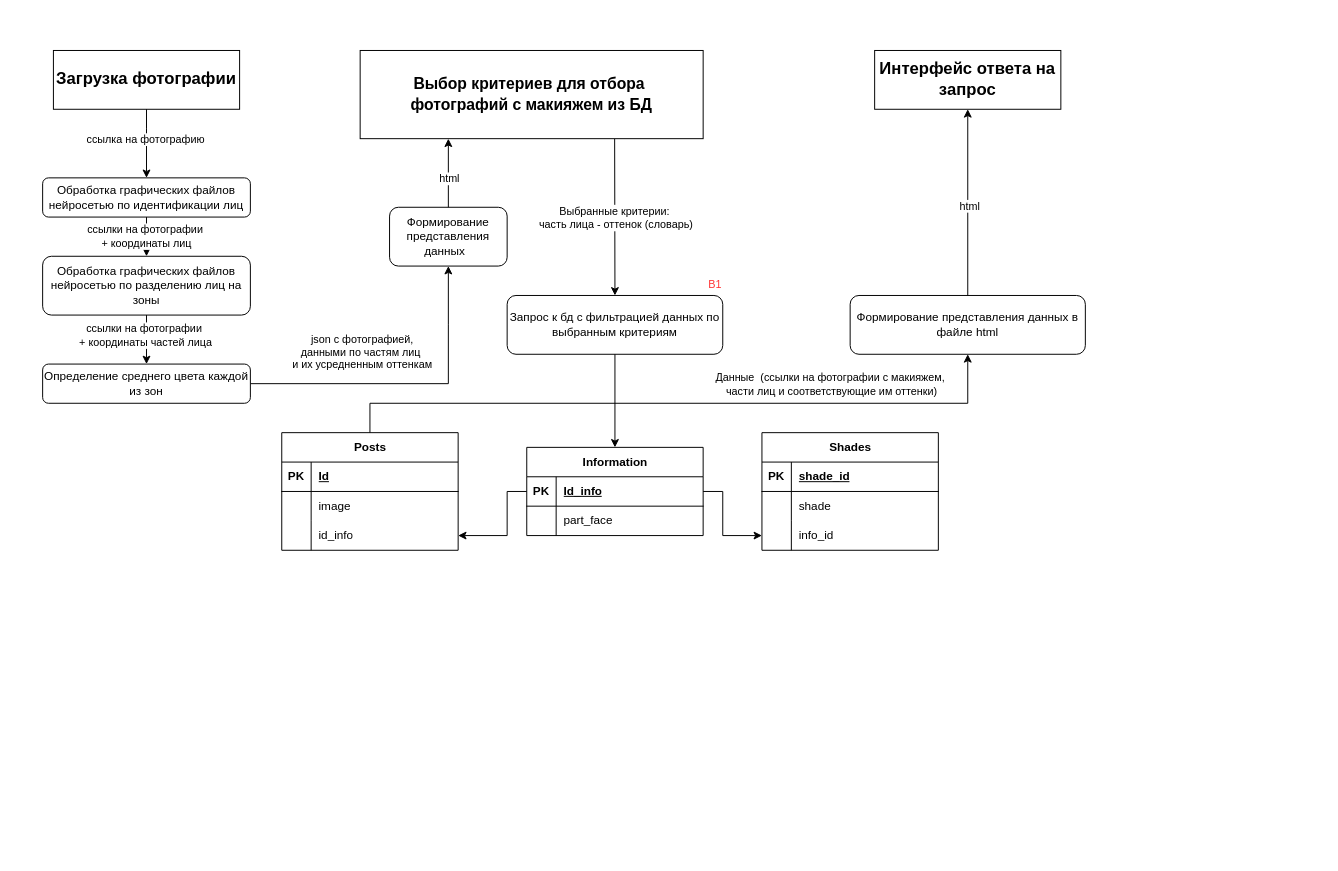
DashaTkach/Project keeps this draw.io diagram as page "DFD" (6 of 6) of documentation/Диаграмма без названия.drawio. Above is the earlier version. Source tidied: cells renumbered, new cells numbered last; positions are measured from the earlier drawing's top-left corner, leaving out a move shared by most shapes. Both pictures are drawn from the tidied source at 98%, with x=0, y=0 at pixel (42, 50).
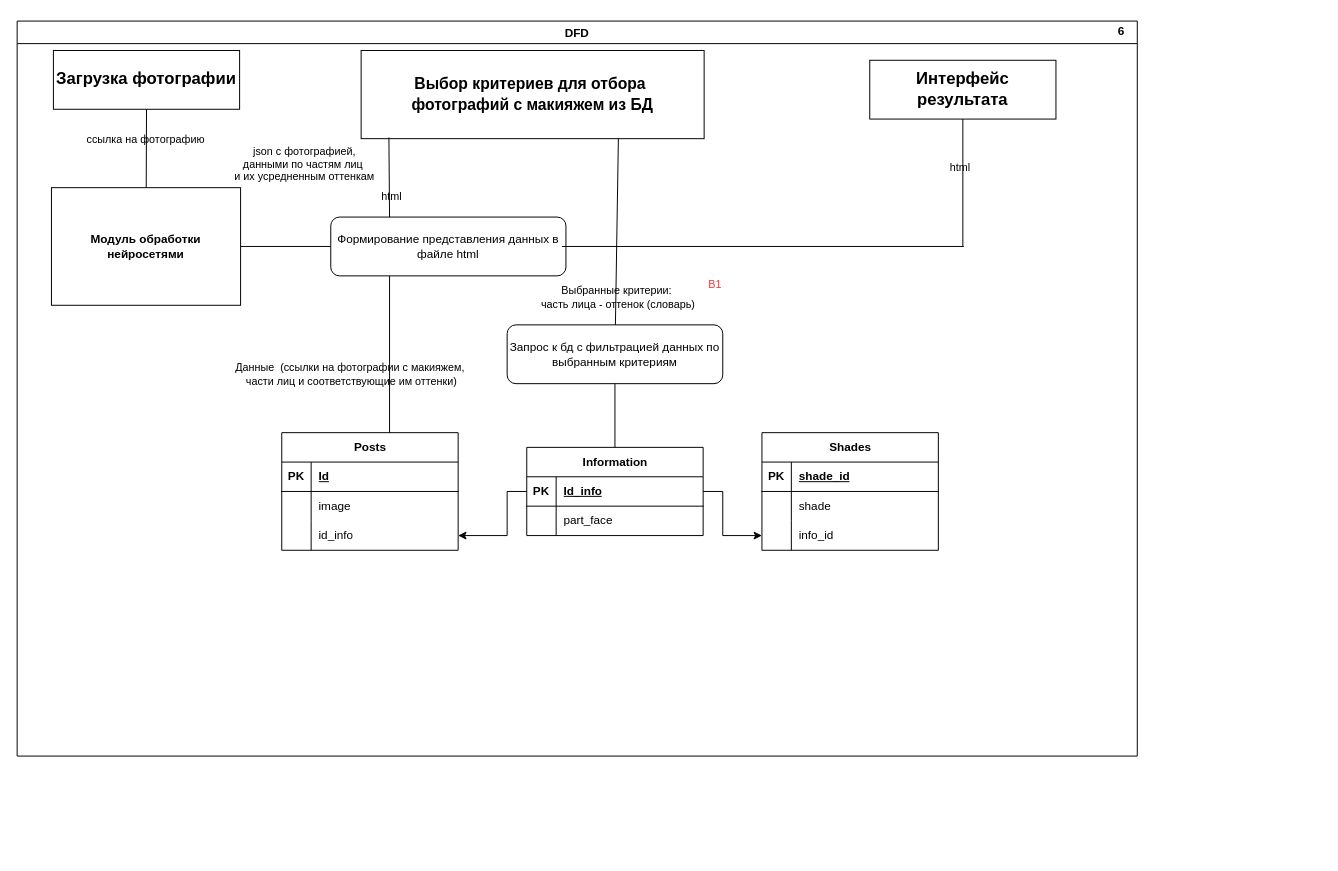
Above is the later version.

The change refers to these unchanged cells:
```xml
<mxCell id="2" value="Загрузка фотографии" style="rounded=0;whiteSpace=wrap;html=1;fontSize=17;fontStyle=1;" parent="1" vertex="1">
  <mxGeometry x="11" width="190" height="60" as="geometry" />
</mxCell>
<mxCell id="4" value="Posts" style="shape=table;startSize=30;childLayout=tableLayout;rowLines=0;fontStyle=1;align=center;html=1;" parent="1" vertex="1">
  <mxGeometry x="244" y="390" width="180" height="120" as="geometry" />
</mxCell>
<mxCell id="14" value="Information" style="shape=table;startSize=30;childLayout=tableLayout;rowLines=0;fontStyle=1;align=center;html=1;" parent="1" vertex="1">
  <mxGeometry x="494" y="405" width="180" height="90" as="geometry" />
</mxCell>
```

Change to the diagram source:
```diff
@@
     <mxCell id="3" value="&lt;font style=&quot;font-size: 16px;&quot;&gt;Выбор критериев для отбора&amp;nbsp;&lt;/font&gt;&lt;div&gt;&lt;font style=&quot;font-size: 16px;&quot;&gt;фотографий&amp;nbsp;&lt;/font&gt;&lt;span style=&quot;font-size: 16px; background-color: initial;&quot;&gt;с макияжем из БД&lt;/span&gt;&lt;/div&gt;" style="rounded=0;whiteSpace=wrap;html=1;fontSize=17;fontStyle=1;" parent="1" vertex="1">
-      <mxGeometry x="324" width="350" height="90" as="geometry" />
+      <mxGeometry x="325" width="350" height="90" as="geometry" />
     </mxCell>
@@
-    <mxCell id="31" style="endArrow=classic;html=1;rounded=0;exitX=0.5;exitY=1;exitDx=0;exitDy=0;entryX=0.5;entryY=0;entryDx=0;entryDy=0;" parent="1" edge="1" source="2" target="32">
-      <mxGeometry relative="1" as="geometry">
-        <Array as="points">
-          <mxPoint x="106" y="80" />
-        </Array>
-      </mxGeometry>
-    </mxCell>
-    <mxCell id="32" value="Обработка графических файлов нейросетью по идентификации лиц" style="rounded=1;whiteSpace=wrap;html=1;" parent="1" vertex="1">
-      <mxGeometry y="130" width="212" height="40" as="geometry" />
-    </mxCell>
@@
-    <mxCell id="34" style="endArrow=classic;html=1;rounded=0;exitX=1;exitY=0.5;exitDx=0;exitDy=0;entryX=0.5;entryY=1;entryDx=0;entryDy=0;" parent="1" edge="1" source="49" target="54">
-      <mxGeometry relative="1" as="geometry">
-        <Array as="points">
-          <mxPoint x="414" y="340" />
-          <mxPoint x="414" y="280" />
-        </Array>
-      </mxGeometry>
-    </mxCell>
-    <mxCell id="35" style="endArrow=classic;html=1;rounded=0;exitX=0.742;exitY=1.003;exitDx=0;exitDy=0;entryX=0.5;entryY=0;entryDx=0;entryDy=0;exitPerimeter=0;" parent="1" edge="1" source="3" target="36">
-      <mxGeometry relative="1" as="geometry" />
-    </mxCell>
-    <mxCell id="36" value="&lt;font style=&quot;font-size: 12px;&quot;&gt;Запрос к бд с фильтрацией данных по выбранным критериям&lt;/font&gt;" style="rounded=1;whiteSpace=wrap;html=1;" parent="1" vertex="1">
-      <mxGeometry x="474" y="250" width="220" height="60" as="geometry" />
-    </mxCell>
-    <mxCell id="37" style="endArrow=classic;html=1;rounded=0;exitX=0.5;exitY=1;exitDx=0;exitDy=0;entryX=0.5;entryY=0;entryDx=0;entryDy=0;" parent="1" edge="1" source="36" target="14">
-      <mxGeometry relative="1" as="geometry" />
-    </mxCell>
-    <mxCell id="38" value="json с фотографией,&lt;div&gt;данными по частям лиц&amp;nbsp;&lt;/div&gt;&lt;div&gt;и их усредненным оттенкам&lt;/div&gt;" style="edgeLabel;html=1;align=center;verticalAlign=middle;" parent="1" vertex="1">
-      <mxGeometry x="334" y="300" as="geometry">
-        <mxPoint x="-9" y="7" as="offset" />
-      </mxGeometry>
-    </mxCell>
@@
+    <mxCell id="57" value="&lt;font color=&quot;#ff3333&quot;&gt;В1&lt;/font&gt;" style="edgeLabel;html=1;align=center;verticalAlign=middle;" parent="1" vertex="1">
+      <mxGeometry x="1044" y="820" as="geometry">
+        <mxPoint x="-359" y="-582" as="offset" />
+      </mxGeometry>
+    </mxCell>
+    <mxCell id="58" value="DFD" style="swimlane;" parent="1" vertex="1">
+      <mxGeometry x="-26" y="-30" width="1143" height="750" as="geometry" />
+    </mxCell>
+    <mxCell id="59" value="&lt;b&gt;6&lt;/b&gt;" style="text;html=1;align=center;verticalAlign=middle;whiteSpace=wrap;rounded=0;" parent="58" vertex="1">
+      <mxGeometry x="1097" y="-4" width="60" height="30" as="geometry" />
+    </mxCell>
+    <mxCell id="60" value="&lt;b&gt;Модуль обработки нейросетями&lt;/b&gt;" style="rounded=0;whiteSpace=wrap;html=1;" parent="58" vertex="1">
+      <mxGeometry x="35" y="170" width="193" height="120" as="geometry" />
+    </mxCell>
+    <mxCell id="38" value="json с фотографией,&lt;div&gt;данными по частям лиц&amp;nbsp;&lt;/div&gt;&lt;div&gt;и их усредненным оттенкам&lt;/div&gt;" style="edgeLabel;html=1;align=center;verticalAlign=middle;" parent="58" vertex="1">
+      <mxGeometry x="300" y="180" as="geometry">
+        <mxPoint x="-8" y="-35" as="offset" />
+      </mxGeometry>
+    </mxCell>
+    <mxCell id="45" value="&lt;font style=&quot;font-size: 12px;&quot;&gt;Формирование представления данных в файле html&lt;/font&gt;" style="rounded=1;whiteSpace=wrap;html=1;" parent="58" vertex="1">
+      <mxGeometry x="320" y="200" width="240" height="60" as="geometry" />
+    </mxCell>
-    <mxCell id="41" value="Выбранные критерии:&amp;nbsp;&lt;div&gt;часть лица - оттенок (словарь)&lt;/div&gt;" style="edgeLabel;html=1;align=center;verticalAlign=middle;" parent="1" vertex="1">
-      <mxGeometry x="584" y="170.2" as="geometry" />
+    <mxCell id="41" value="Выбранные критерии:&amp;nbsp;&lt;div&gt;часть лица - оттенок (словарь)&lt;/div&gt;" style="edgeLabel;html=1;align=center;verticalAlign=middle;" parent="58" vertex="1">
+      <mxGeometry x="612" y="281" as="geometry" />
     </mxCell>
+    <mxCell id="61" style="endArrow=none;html=1;rounded=0;" parent="58" edge="1" source="60" target="45">
+      <mxGeometry relative="1" as="geometry" />
+    </mxCell>
+    <mxCell id="56" value="html" style="edgeLabel;html=1;align=center;verticalAlign=middle;" parent="58" vertex="1">
+      <mxGeometry x="1320" y="730" as="geometry">
+        <mxPoint x="-359" y="-582" as="offset" />
+      </mxGeometry>
+    </mxCell>
+    <mxCell id="36" value="&lt;font style=&quot;font-size: 12px;&quot;&gt;Запрос к бд с фильтрацией данных по выбранным критериям&lt;/font&gt;" style="rounded=1;whiteSpace=wrap;html=1;" parent="58" vertex="1">
+      <mxGeometry x="500" y="310" width="220" height="60" as="geometry" />
+    </mxCell>
-    <mxCell id="42" value="Данные&amp;nbsp; (ссылки на фотографии с макияжем,&amp;nbsp;&lt;div&gt;части лиц и соответствующие им оттенки)&lt;/div&gt;" style="edgeLabel;html=1;align=center;verticalAlign=middle;" parent="1" vertex="1">
-      <mxGeometry x="804" y="340" as="geometry" />
+    <mxCell id="42" value="Данные&amp;nbsp; (ссылки на фотографии с макияжем,&amp;nbsp;&lt;div&gt;части лиц и соответствующие им оттенки)&lt;/div&gt;" style="edgeLabel;html=1;align=center;verticalAlign=middle;" parent="58" vertex="1">
+      <mxGeometry x="340" y="360" as="geometry" />
     </mxCell>
-    <mxCell id="43" style="endArrow=classic;html=1;rounded=0;exitX=0.5;exitY=0;exitDx=0;exitDy=0;entryX=0.5;entryY=1;entryDx=0;entryDy=0;" parent="1" edge="1" source="4" target="45">
-      <mxGeometry relative="1" as="geometry">
-        <Array as="points">
-          <mxPoint x="334" y="360" />
-          <mxPoint x="944" y="360" />
-        </Array>
-      </mxGeometry>
-    </mxCell>
+    <mxCell id="62" style="endArrow=none;html=1;rounded=0;entryX=0.25;entryY=1;entryDx=0;entryDy=0;" parent="58" edge="1" target="45">
+      <mxGeometry relative="1" as="geometry">
+        <mxPoint x="380" y="420" as="sourcePoint" />
+      </mxGeometry>
+    </mxCell>
-    <mxCell id="44" value="Интерфейс ответа на запрос" style="rounded=0;whiteSpace=wrap;html=1;fontSize=17;fontStyle=1;" parent="1" vertex="1">
-      <mxGeometry x="849" width="190" height="60" as="geometry" />
+    <mxCell id="44" value="Интерфейс результата" style="rounded=0;whiteSpace=wrap;html=1;fontSize=17;fontStyle=1;" parent="58" vertex="1">
+      <mxGeometry x="870" y="40" width="190" height="60" as="geometry" />
     </mxCell>
-    <mxCell id="45" value="&lt;font style=&quot;font-size: 12px;&quot;&gt;Формирование представления данных в файле html&lt;/font&gt;" style="rounded=1;whiteSpace=wrap;html=1;" parent="1" vertex="1">
-      <mxGeometry x="824" y="250" width="240" height="60" as="geometry" />
-    </mxCell>
-    <mxCell id="46" style="endArrow=classic;html=1;rounded=0;entryX=0.5;entryY=1;entryDx=0;entryDy=0;exitX=0.5;exitY=0;exitDx=0;exitDy=0;" parent="1" edge="1" source="45" target="44">
-      <mxGeometry relative="1" as="geometry" />
-    </mxCell>
+    <mxCell id="63" style="endArrow=none;html=1;rounded=0;exitX=1;exitY=0.5;exitDx=0;exitDy=0;" parent="58" edge="1">
+      <mxGeometry relative="1" as="geometry">
+        <mxPoint x="556" y="230" as="sourcePoint" />
+        <mxPoint x="966" y="230" as="targetPoint" />
+      </mxGeometry>
+    </mxCell>
-    <mxCell id="47" value="html" style="edgeLabel;html=1;align=center;verticalAlign=middle;" parent="1" vertex="1">
-      <mxGeometry x="1304" y="740" as="geometry">
+    <mxCell id="47" value="html" style="edgeLabel;html=1;align=center;verticalAlign=middle;" parent="58" vertex="1">
+      <mxGeometry x="740" y="760" as="geometry">
         <mxPoint x="-359" y="-582" as="offset" />
       </mxGeometry>
     </mxCell>
-    <mxCell id="48" value="&lt;div style=&quot;&quot;&gt;Обработка графических файлов нейросетью по разделению лиц на зоны&lt;/div&gt;" style="rounded=1;whiteSpace=wrap;html=1;align=center;" parent="1" vertex="1">
-      <mxGeometry y="210" width="212" height="60" as="geometry" />
-    </mxCell>
-    <mxCell id="49" value="&lt;div style=&quot;&quot;&gt;Определение среднего цвета каждой из зон&lt;/div&gt;" style="rounded=1;whiteSpace=wrap;html=1;align=center;" parent="1" vertex="1">
-      <mxGeometry y="320" width="212" height="40" as="geometry" />
-    </mxCell>
-    <mxCell id="50" style="endArrow=classic;html=1;rounded=0;exitX=0.5;exitY=1;exitDx=0;exitDy=0;entryX=0.5;entryY=0;entryDx=0;entryDy=0;" parent="1" edge="1" source="32" target="48">
-      <mxGeometry relative="1" as="geometry" />
-    </mxCell>
-    <mxCell id="51" style="endArrow=classic;html=1;rounded=0;exitX=0.5;exitY=1;exitDx=0;exitDy=0;entryX=0.5;entryY=0;entryDx=0;entryDy=0;" parent="1" edge="1" source="48" target="49">
-      <mxGeometry relative="1" as="geometry" />
-    </mxCell>
-    <mxCell id="52" value="ссылки на фотографии&amp;nbsp;&lt;div&gt;+ координаты частей лица&lt;/div&gt;" style="edgeLabel;html=1;align=center;verticalAlign=middle;" parent="1" vertex="1">
-      <mxGeometry x="104" y="290" as="geometry" />
-    </mxCell>
-    <mxCell id="53" value="ссылки на фотографии&amp;nbsp;&lt;div&gt;+ координаты лиц&lt;/div&gt;" style="edgeLabel;html=1;align=center;verticalAlign=middle;" parent="1" vertex="1">
-      <mxGeometry x="104" y="190" as="geometry">
-        <mxPoint x="1" y="-1" as="offset" />
-      </mxGeometry>
-    </mxCell>
-    <mxCell id="54" value="Формирование представления данных&amp;nbsp;&amp;nbsp;" style="rounded=1;whiteSpace=wrap;html=1;" parent="1" vertex="1">
-      <mxGeometry x="354" y="160" width="120" height="60" as="geometry" />
-    </mxCell>
-    <mxCell id="55" style="endArrow=classic;html=1;rounded=0;exitX=0.5;exitY=0;exitDx=0;exitDy=0;" parent="1" edge="1" source="54">
-      <mxGeometry relative="1" as="geometry">
-        <mxPoint x="414" y="90" as="targetPoint" />
-      </mxGeometry>
-    </mxCell>
-    <mxCell id="56" value="html" style="edgeLabel;html=1;align=center;verticalAlign=middle;" parent="1" vertex="1">
-      <mxGeometry x="414" y="130" as="geometry" />
-    </mxCell>
-    <mxCell id="57" value="&lt;font color=&quot;#ff3333&quot;&gt;В1&lt;/font&gt;" style="edgeLabel;html=1;align=center;verticalAlign=middle;" parent="1" vertex="1">
-      <mxGeometry x="1044" y="820" as="geometry">
-        <mxPoint x="-359" y="-582" as="offset" />
-      </mxGeometry>
-    </mxCell>
+    <mxCell id="64" style="endArrow=none;html=1;rounded=0;entryX=0.5;entryY=1;entryDx=0;entryDy=0;" parent="1" edge="1" source="60" target="2">
+      <mxGeometry relative="1" as="geometry" />
+    </mxCell>
+    <mxCell id="65" style="endArrow=none;html=1;rounded=0;entryX=0.081;entryY=0.987;entryDx=0;entryDy=0;exitX=0.25;exitY=0;exitDx=0;exitDy=0;entryPerimeter=0;" parent="1" edge="1" source="45" target="3">
+      <mxGeometry relative="1" as="geometry" />
+    </mxCell>
+    <mxCell id="66" style="endArrow=none;html=1;rounded=0;entryX=0.5;entryY=1;entryDx=0;entryDy=0;exitX=0.5;exitY=0;exitDx=0;exitDy=0;" parent="1" edge="1" source="14" target="36">
+      <mxGeometry relative="1" as="geometry" />
+    </mxCell>
+    <mxCell id="67" style="endArrow=none;html=1;rounded=0;entryX=0.75;entryY=1;entryDx=0;entryDy=0;" parent="1" edge="1" source="36" target="3">
+      <mxGeometry relative="1" as="geometry" />
+    </mxCell>
+    <mxCell id="68" style="endArrow=none;html=1;rounded=0;entryX=0.5;entryY=1;entryDx=0;entryDy=0;" parent="1" edge="1" target="44">
+      <mxGeometry relative="1" as="geometry">
+        <mxPoint x="939" y="200" as="sourcePoint" />
+      </mxGeometry>
+    </mxCell>
```
